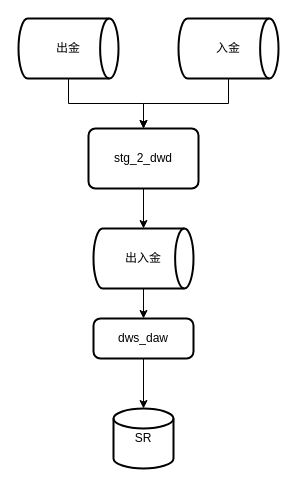
MyLanPangzi/docs keeps this draw.io diagram as images/出入金.drawio. Above is the earlier version. Source tidied: cells renumbered, new cells numbered last; positions are measured from the earlier drawing's top-left corner, leaving out a move shared by most shapes. Both pictures are drawn from the tidied source at 100%, with x=0, y=0 at pixel (18, 18).
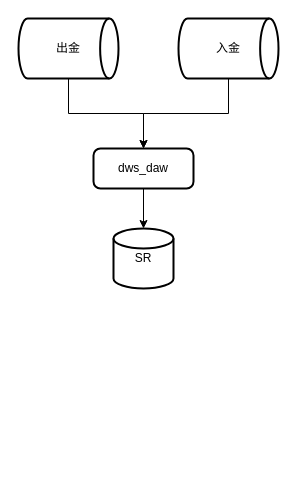
After the change.

Commit message:
更新出入金.drawio

The edit, as a diff of the source:
```diff
@@
 <mxGraphModel>
   <root>
     <mxCell id="0" />
     <mxCell id="1" parent="0" />
-    <mxCell id="2" style="edgeStyle=orthogonalEdgeStyle;rounded=0;jettySize=auto;html=1;" parent="1" edge="1" source="3" target="6">
-      <mxGeometry relative="1" as="geometry" />
-    </mxCell>
+    <mxCell id="13" style="edgeStyle=orthogonalEdgeStyle;rounded=0;jettySize=auto;html=1;" parent="1" edge="1" source="3" target="11">
+      <mxGeometry relative="1" as="geometry" />
+    </mxCell>
     <mxCell id="3" value="出金" style="strokeWidth=2;html=1;shape=mxgraph.flowchart.direct_data;whiteSpace=wrap;" parent="1" vertex="1">
       <mxGeometry width="100" height="60" as="geometry" />
     </mxCell>
-    <mxCell id="4" style="edgeStyle=orthogonalEdgeStyle;rounded=0;jettySize=auto;html=1;entryX=0.5;entryY=0;entryDx=0;entryDy=0;" parent="1" edge="1" source="5" target="6">
-      <mxGeometry relative="1" as="geometry" />
-    </mxCell>
+    <mxCell id="14" style="edgeStyle=orthogonalEdgeStyle;rounded=0;jettySize=auto;html=1;" parent="1" edge="1" source="5" target="11">
+      <mxGeometry relative="1" as="geometry" />
+    </mxCell>
     <mxCell id="5" value="入金" style="strokeWidth=2;html=1;shape=mxgraph.flowchart.direct_data;whiteSpace=wrap;" parent="1" vertex="1">
       <mxGeometry x="160" width="100" height="60" as="geometry" />
     </mxCell>
-    <mxCell id="6" value="stg_2_dwd" style="rounded=1;whiteSpace=wrap;html=1;absoluteArcSize=1;arcSize=14;strokeWidth=2;" parent="1" vertex="1">
-      <mxGeometry x="70" y="110" width="110" height="60" as="geometry" />
-    </mxCell>
-    <mxCell id="7" style="edgeStyle=orthogonalEdgeStyle;rounded=0;jettySize=auto;html=1;entryX=0.5;entryY=0;entryDx=0;entryDy=0;" parent="1" edge="1" source="8" target="11">
-      <mxGeometry relative="1" as="geometry" />
-    </mxCell>
-    <mxCell id="8" value="出入金" style="strokeWidth=2;html=1;shape=mxgraph.flowchart.direct_data;whiteSpace=wrap;" parent="1" vertex="1">
-      <mxGeometry x="75" y="210" width="100" height="60" as="geometry" />
-    </mxCell>
-    <mxCell id="9" style="edgeStyle=orthogonalEdgeStyle;rounded=0;jettySize=auto;html=1;exitX=0.5;exitY=1;exitDx=0;exitDy=0;entryX=0.5;entryY=0;entryDx=0;entryDy=0;entryPerimeter=0;" parent="1" edge="1" source="6" target="8">
-      <mxGeometry relative="1" as="geometry" />
-    </mxCell>
     <mxCell id="10" style="edgeStyle=orthogonalEdgeStyle;rounded=0;jettySize=auto;html=1;" parent="1" edge="1" source="11" target="12">
       <mxGeometry relative="1" as="geometry" />
     </mxCell>
     <mxCell id="11" value="dws_daw" style="rounded=1;whiteSpace=wrap;html=1;absoluteArcSize=1;arcSize=14;strokeWidth=2;" parent="1" vertex="1">
-      <mxGeometry x="75" y="300" width="100" height="40" as="geometry" />
+      <mxGeometry x="75" y="130" width="100" height="40" as="geometry" />
     </mxCell>
     <mxCell id="12" value="SR" style="strokeWidth=2;html=1;shape=mxgraph.flowchart.database;whiteSpace=wrap;" parent="1" vertex="1">
-      <mxGeometry x="95" y="390" width="60" height="60" as="geometry" />
+      <mxGeometry x="95" y="210" width="60" height="60" as="geometry" />
     </mxCell>
   </root>
 </mxGraphModel>
```
